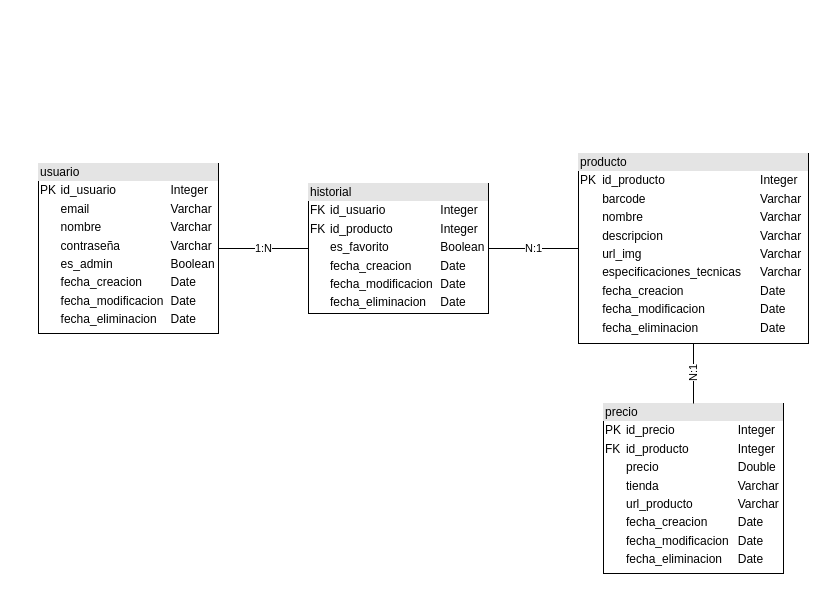
Before: codigo/BBDD/DiagramaClasesBBDD.drawio in Mario-Uceda/Easycom, a draw.io diagram. Source tidied: cells renumbered, new cells numbered last; positions are measured from the earlier drawing's top-left corner, leaving out a move shared by most shapes. Both pictures are drawn from the tidied source at 100%, with x=0, y=0 at pixel (38, 153).
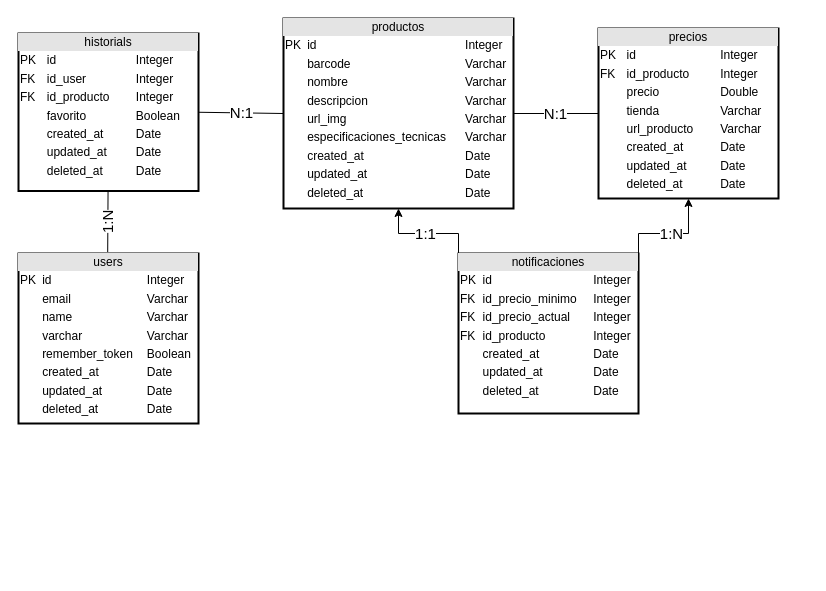
The same page after the edit.

Diff of the diagram source:
```diff
@@
 <mxGraphModel>
   <root>
     <mxCell id="0" />
     <mxCell id="1" parent="0" />
-    <mxCell id="2" value="1:N" style="edgeStyle=orthogonalEdgeStyle;rounded=0;jettySize=auto;html=1;strokeColor=default;endArrow=none;endFill=0;" parent="1" edge="1" source="3" target="8">
-      <mxGeometry relative="1" as="geometry" />
-    </mxCell>
-    <mxCell id="3" value="&lt;div style=&quot;box-sizing:border-box;width:100%;background:#e4e4e4;padding:2px;&quot;&gt;usuario&lt;/div&gt;&lt;table style=&quot;width:100%;font-size:1em;&quot; cellpadding=&quot;2&quot; cellspacing=&quot;0&quot;&gt;&lt;tbody&gt;&lt;tr&gt;&lt;td&gt;PK&lt;br&gt;&lt;/td&gt;&lt;td&gt;id_usuario&lt;/td&gt;&lt;td&gt;Integer&lt;/td&gt;&lt;/tr&gt;&lt;tr&gt;&lt;td&gt;&lt;br&gt;&lt;/td&gt;&lt;td&gt;email&lt;/td&gt;&lt;td&gt;Varchar&lt;/td&gt;&lt;/tr&gt;&lt;tr&gt;&lt;td&gt;&lt;br&gt;&lt;/td&gt;&lt;td&gt;nombre&lt;/td&gt;&lt;td&gt;Varchar&lt;br&gt;&lt;/td&gt;&lt;/tr&gt;&lt;tr&gt;&lt;td&gt;&lt;/td&gt;&lt;td&gt;contraseña&lt;/td&gt;&lt;td&gt;Varchar&lt;br&gt;&lt;/td&gt;&lt;/tr&gt;&lt;tr&gt;&lt;td&gt;&lt;br&gt;&lt;/td&gt;&lt;td&gt;es_admin&lt;/td&gt;&lt;td&gt;Boolean&lt;/td&gt;&lt;/tr&gt;&lt;tr&gt;&lt;td&gt;&lt;br&gt;&lt;/td&gt;&lt;td&gt;fecha_creacion&lt;/td&gt;&lt;td&gt;Date&lt;/td&gt;&lt;/tr&gt;&lt;tr&gt;&lt;td&gt;&lt;br&gt;&lt;/td&gt;&lt;td&gt;fecha_modificacion&lt;/td&gt;&lt;td&gt;Date&lt;/td&gt;&lt;/tr&gt;&lt;tr&gt;&lt;td&gt;&lt;br&gt;&lt;/td&gt;&lt;td&gt;fecha_eliminacion&lt;/td&gt;&lt;td&gt;Date&lt;/td&gt;&lt;/tr&gt;&lt;/tbody&gt;&lt;/table&gt;" style="verticalAlign=top;align=left;overflow=fill;html=1;" parent="1" vertex="1">
-      <mxGeometry y="10" width="180" height="170" as="geometry" />
+    <mxCell id="3" value="&lt;div style=&quot;text-align: center; box-sizing: border-box; width: 100%; background: rgb(228, 228, 228); padding: 2px;&quot;&gt;users&lt;/div&gt;&lt;table style=&quot;width:100%;font-size:1em;&quot; cellpadding=&quot;2&quot; cellspacing=&quot;0&quot;&gt;&lt;tbody&gt;&lt;tr&gt;&lt;td&gt;PK&lt;br&gt;&lt;/td&gt;&lt;td&gt;id&lt;/td&gt;&lt;td&gt;Integer&lt;/td&gt;&lt;/tr&gt;&lt;tr&gt;&lt;td&gt;&lt;br&gt;&lt;/td&gt;&lt;td&gt;email&lt;/td&gt;&lt;td&gt;Varchar&lt;/td&gt;&lt;/tr&gt;&lt;tr&gt;&lt;td&gt;&lt;br&gt;&lt;/td&gt;&lt;td&gt;name&lt;/td&gt;&lt;td&gt;Varchar&lt;br&gt;&lt;/td&gt;&lt;/tr&gt;&lt;tr&gt;&lt;td&gt;&lt;/td&gt;&lt;td&gt;varchar&lt;/td&gt;&lt;td&gt;Varchar&lt;br&gt;&lt;/td&gt;&lt;/tr&gt;&lt;tr&gt;&lt;td&gt;&lt;br&gt;&lt;/td&gt;&lt;td&gt;remember_token&lt;/td&gt;&lt;td&gt;Boolean&lt;/td&gt;&lt;/tr&gt;&lt;tr&gt;&lt;td&gt;&lt;br&gt;&lt;/td&gt;&lt;td&gt;created_at&lt;/td&gt;&lt;td&gt;Date&lt;/td&gt;&lt;/tr&gt;&lt;tr&gt;&lt;td&gt;&lt;br&gt;&lt;/td&gt;&lt;td&gt;updated_at&lt;/td&gt;&lt;td&gt;Date&lt;/td&gt;&lt;/tr&gt;&lt;tr&gt;&lt;td&gt;&lt;br&gt;&lt;/td&gt;&lt;td&gt;deleted_at&lt;/td&gt;&lt;td&gt;Date&lt;/td&gt;&lt;/tr&gt;&lt;/tbody&gt;&lt;/table&gt;" style="verticalAlign=top;align=left;overflow=fill;html=1;strokeColor=default;perimeterSpacing=10;strokeWidth=2;" parent="1" vertex="1">
+      <mxGeometry x="-20" y="100" width="180" height="170" as="geometry" />
     </mxCell>
+    <mxCell id="9" value="N:1" style="edgeStyle=none;rounded=0;jettySize=auto;html=1;entryX=1;entryY=0.5;entryDx=0;entryDy=0;fontSize=15;endArrow=none;endFill=0;" parent="1" edge="1" source="4" target="6">
+      <mxGeometry relative="1" as="geometry" />
+    </mxCell>
-    <mxCell id="4" value="&lt;div style=&quot;box-sizing:border-box;width:100%;background:#e4e4e4;padding:2px;&quot;&gt;precio&lt;/div&gt;&lt;table style=&quot;width:100%;font-size:1em;&quot; cellpadding=&quot;2&quot; cellspacing=&quot;0&quot;&gt;&lt;tbody&gt;&lt;tr&gt;&lt;td&gt;PK&lt;br&gt;&lt;/td&gt;&lt;td&gt;id_precio&lt;/td&gt;&lt;td&gt;Integer&lt;/td&gt;&lt;/tr&gt;&lt;tr&gt;&lt;td&gt;FK&lt;/td&gt;&lt;td&gt;id_producto&lt;/td&gt;&lt;td&gt;Integer&lt;/td&gt;&lt;/tr&gt;&lt;tr&gt;&lt;td&gt;&lt;/td&gt;&lt;td&gt;precio&lt;/td&gt;&lt;td&gt;Double&lt;br&gt;&lt;/td&gt;&lt;/tr&gt;&lt;tr&gt;&lt;td&gt;&lt;br&gt;&lt;/td&gt;&lt;td&gt;tienda&lt;/td&gt;&lt;td&gt;Varchar&lt;br&gt;&lt;/td&gt;&lt;/tr&gt;&lt;tr&gt;&lt;td&gt;&lt;br&gt;&lt;/td&gt;&lt;td&gt;url_producto&lt;/td&gt;&lt;td&gt;Varchar&lt;/td&gt;&lt;/tr&gt;&lt;tr&gt;&lt;td&gt;&lt;br&gt;&lt;/td&gt;&lt;td&gt;fecha_creacion&lt;br&gt;&lt;/td&gt;&lt;td&gt;Date&lt;/td&gt;&lt;/tr&gt;&lt;tr&gt;&lt;td&gt;&lt;br&gt;&lt;/td&gt;&lt;td&gt;fecha_modificacion&lt;br&gt;&lt;/td&gt;&lt;td&gt;Date&lt;/td&gt;&lt;/tr&gt;&lt;tr&gt;&lt;td&gt;&lt;br&gt;&lt;/td&gt;&lt;td&gt;fecha_eliminacion&lt;br&gt;&lt;/td&gt;&lt;td&gt;Date&lt;/td&gt;&lt;/tr&gt;&lt;/tbody&gt;&lt;/table&gt;" style="verticalAlign=top;align=left;overflow=fill;html=1;" parent="1" vertex="1">
-      <mxGeometry x="565" y="250" width="180" height="170" as="geometry" />
+    <mxCell id="4" value="&lt;div style=&quot;text-align: center; box-sizing: border-box; width: 100%; background: rgb(228, 228, 228); padding: 2px;&quot;&gt;precios&lt;/div&gt;&lt;table style=&quot;width:100%;font-size:1em;&quot; cellpadding=&quot;2&quot; cellspacing=&quot;0&quot;&gt;&lt;tbody&gt;&lt;tr&gt;&lt;td&gt;PK&lt;br&gt;&lt;/td&gt;&lt;td&gt;id&lt;/td&gt;&lt;td&gt;Integer&lt;/td&gt;&lt;/tr&gt;&lt;tr&gt;&lt;td&gt;FK&lt;/td&gt;&lt;td&gt;id_producto&lt;/td&gt;&lt;td&gt;Integer&lt;/td&gt;&lt;/tr&gt;&lt;tr&gt;&lt;td&gt;&lt;/td&gt;&lt;td&gt;precio&lt;/td&gt;&lt;td&gt;Double&lt;br&gt;&lt;/td&gt;&lt;/tr&gt;&lt;tr&gt;&lt;td&gt;&lt;br&gt;&lt;/td&gt;&lt;td&gt;tienda&lt;/td&gt;&lt;td&gt;Varchar&lt;br&gt;&lt;/td&gt;&lt;/tr&gt;&lt;tr&gt;&lt;td&gt;&lt;br&gt;&lt;/td&gt;&lt;td&gt;url_producto&lt;/td&gt;&lt;td&gt;Varchar&lt;/td&gt;&lt;/tr&gt;&lt;tr&gt;&lt;td&gt;&lt;br&gt;&lt;/td&gt;&lt;td&gt;created_at&lt;/td&gt;&lt;td&gt;Date&lt;/td&gt;&lt;/tr&gt;&lt;tr&gt;&lt;td&gt;&lt;br&gt;&lt;/td&gt;&lt;td&gt;updated_at&lt;/td&gt;&lt;td&gt;Date&lt;/td&gt;&lt;/tr&gt;&lt;tr&gt;&lt;td&gt;&lt;br&gt;&lt;/td&gt;&lt;td&gt;deleted_at&lt;br&gt;&lt;/td&gt;&lt;td&gt;Date&lt;/td&gt;&lt;/tr&gt;&lt;/tbody&gt;&lt;/table&gt;" style="verticalAlign=top;align=left;overflow=fill;html=1;strokeWidth=2;" parent="1" vertex="1">
+      <mxGeometry x="560" y="-125" width="180" height="170" as="geometry" />
     </mxCell>
-    <mxCell id="5" value="N:1" style="edgeStyle=orthogonalEdgeStyle;rounded=0;jettySize=auto;html=1;exitX=0.5;exitY=1;exitDx=0;exitDy=0;entryX=0.5;entryY=0;entryDx=0;entryDy=0;endArrow=none;endFill=0;horizontal=0;align=center;" parent="1" edge="1" source="6" target="4">
-      <mxGeometry relative="1" as="geometry" />
-    </mxCell>
-    <mxCell id="6" value="&lt;div style=&quot;box-sizing:border-box;width:100%;background:#e4e4e4;padding:2px;&quot;&gt;producto&lt;/div&gt;&lt;table style=&quot;width:100%;font-size:1em;&quot; cellpadding=&quot;2&quot; cellspacing=&quot;0&quot;&gt;&lt;tbody&gt;&lt;tr&gt;&lt;td&gt;PK&lt;br&gt;&lt;/td&gt;&lt;td&gt;id_producto&lt;/td&gt;&lt;td&gt;Integer&lt;/td&gt;&lt;/tr&gt;&lt;tr&gt;&lt;td&gt;&lt;br&gt;&lt;/td&gt;&lt;td&gt;barcode&lt;/td&gt;&lt;td&gt;Varchar&lt;/td&gt;&lt;/tr&gt;&lt;tr&gt;&lt;td&gt;&lt;br&gt;&lt;/td&gt;&lt;td&gt;nombre&lt;br&gt;&lt;/td&gt;&lt;td&gt;Varchar&lt;br&gt;&lt;/td&gt;&lt;/tr&gt;&lt;tr&gt;&lt;td&gt;&lt;/td&gt;&lt;td&gt;descripcion&lt;/td&gt;&lt;td&gt;Varchar&lt;br&gt;&lt;/td&gt;&lt;/tr&gt;&lt;tr&gt;&lt;td&gt;&lt;br&gt;&lt;/td&gt;&lt;td&gt;url_img&lt;/td&gt;&lt;td&gt;Varchar&lt;/td&gt;&lt;/tr&gt;&lt;tr&gt;&lt;td&gt;&lt;br&gt;&lt;/td&gt;&lt;td&gt;especificaciones_tecnicas&lt;/td&gt;&lt;td&gt;Varchar&lt;/td&gt;&lt;/tr&gt;&lt;tr&gt;&lt;td&gt;&lt;br&gt;&lt;/td&gt;&lt;td&gt;fecha_creacion&lt;br&gt;&lt;/td&gt;&lt;td&gt;Date&lt;/td&gt;&lt;/tr&gt;&lt;tr&gt;&lt;td&gt;&lt;br&gt;&lt;/td&gt;&lt;td&gt;fecha_modificacion&lt;br&gt;&lt;/td&gt;&lt;td&gt;Date&lt;br&gt;&lt;/td&gt;&lt;/tr&gt;&lt;tr&gt;&lt;td&gt;&lt;br&gt;&lt;/td&gt;&lt;td&gt;fecha_eliminacion&lt;br&gt;&lt;/td&gt;&lt;td&gt;Date&lt;br&gt;&lt;/td&gt;&lt;/tr&gt;&lt;/tbody&gt;&lt;/table&gt;" style="verticalAlign=top;align=left;overflow=fill;html=1;" parent="1" vertex="1">
-      <mxGeometry x="540" width="230" height="190" as="geometry" />
+    <mxCell id="6" value="&lt;div style=&quot;text-align: center; box-sizing: border-box; width: 100%; background: rgb(228, 228, 228); padding: 2px;&quot;&gt;productos&lt;/div&gt;&lt;table style=&quot;width:100%;font-size:1em;&quot; cellpadding=&quot;2&quot; cellspacing=&quot;0&quot;&gt;&lt;tbody&gt;&lt;tr&gt;&lt;td&gt;PK&lt;br&gt;&lt;/td&gt;&lt;td&gt;id&lt;/td&gt;&lt;td&gt;Integer&lt;/td&gt;&lt;/tr&gt;&lt;tr&gt;&lt;td&gt;&lt;br&gt;&lt;/td&gt;&lt;td&gt;barcode&lt;/td&gt;&lt;td&gt;Varchar&lt;/td&gt;&lt;/tr&gt;&lt;tr&gt;&lt;td&gt;&lt;br&gt;&lt;/td&gt;&lt;td&gt;nombre&lt;br&gt;&lt;/td&gt;&lt;td&gt;Varchar&lt;br&gt;&lt;/td&gt;&lt;/tr&gt;&lt;tr&gt;&lt;td&gt;&lt;/td&gt;&lt;td&gt;descripcion&lt;/td&gt;&lt;td&gt;Varchar&lt;br&gt;&lt;/td&gt;&lt;/tr&gt;&lt;tr&gt;&lt;td&gt;&lt;br&gt;&lt;/td&gt;&lt;td&gt;url_img&lt;/td&gt;&lt;td&gt;Varchar&lt;/td&gt;&lt;/tr&gt;&lt;tr&gt;&lt;td&gt;&lt;br&gt;&lt;/td&gt;&lt;td&gt;especificaciones_tecnicas&lt;/td&gt;&lt;td&gt;Varchar&lt;/td&gt;&lt;/tr&gt;&lt;tr&gt;&lt;td&gt;&lt;br&gt;&lt;/td&gt;&lt;td&gt;created_at&lt;/td&gt;&lt;td&gt;Date&lt;/td&gt;&lt;/tr&gt;&lt;tr&gt;&lt;td&gt;&lt;br&gt;&lt;/td&gt;&lt;td&gt;updated_at&lt;/td&gt;&lt;td&gt;Date&lt;br&gt;&lt;/td&gt;&lt;/tr&gt;&lt;tr&gt;&lt;td&gt;&lt;br&gt;&lt;/td&gt;&lt;td&gt;deleted_at&lt;br&gt;&lt;/td&gt;&lt;td&gt;Date&lt;br&gt;&lt;/td&gt;&lt;/tr&gt;&lt;/tbody&gt;&lt;/table&gt;" style="verticalAlign=top;align=left;overflow=fill;html=1;strokeWidth=2;" parent="1" vertex="1">
+      <mxGeometry x="245" y="-135" width="230" height="190" as="geometry" />
     </mxCell>
-    <mxCell id="7" value="N:1" style="edgeStyle=orthogonalEdgeStyle;rounded=0;jettySize=auto;html=1;entryX=0;entryY=0.5;entryDx=0;entryDy=0;endArrow=none;endFill=0;" parent="1" edge="1" source="8" target="6">
+    <mxCell id="7" value="N:1" style="edgeStyle=none;rounded=0;jettySize=auto;html=1;exitX=1;exitY=0.5;exitDx=0;exitDy=0;entryX=0;entryY=0.5;entryDx=0;entryDy=0;fontSize=15;endArrow=none;endFill=0;" parent="1" edge="1" source="8" target="6">
       <mxGeometry relative="1" as="geometry" />
     </mxCell>
+    <mxCell id="10" value="1:N" style="edgeStyle=none;rounded=0;jettySize=auto;html=1;entryX=0.496;entryY=0.045;entryDx=0;entryDy=0;entryPerimeter=0;fontSize=15;endArrow=none;endFill=0;labelPosition=center;verticalLabelPosition=middle;align=center;verticalAlign=middle;horizontal=0;" parent="1" edge="1" source="8" target="3">
+      <mxGeometry relative="1" as="geometry" />
+    </mxCell>
-    <mxCell id="8" value="&lt;div style=&quot;box-sizing:border-box;width:100%;background:#e4e4e4;padding:2px;&quot;&gt;historial&lt;/div&gt;&lt;table style=&quot;width:100%;font-size:1em;&quot; cellpadding=&quot;2&quot; cellspacing=&quot;0&quot;&gt;&lt;tbody&gt;&lt;tr&gt;&lt;td&gt;FK&lt;br&gt;&lt;/td&gt;&lt;td&gt;id_usuario&lt;/td&gt;&lt;td&gt;Integer&lt;/td&gt;&lt;/tr&gt;&lt;tr&gt;&lt;td&gt;FK&lt;/td&gt;&lt;td&gt;id_producto&lt;br&gt;&lt;/td&gt;&lt;td&gt;Integer&lt;br&gt;&lt;/td&gt;&lt;/tr&gt;&lt;tr&gt;&lt;td&gt;&lt;br&gt;&lt;/td&gt;&lt;td&gt;es_favorito&lt;/td&gt;&lt;td&gt;Boolean&lt;/td&gt;&lt;/tr&gt;&lt;tr&gt;&lt;td&gt;&lt;br&gt;&lt;/td&gt;&lt;td&gt;fecha_creacion&lt;/td&gt;&lt;td&gt;Date&lt;/td&gt;&lt;/tr&gt;&lt;tr&gt;&lt;td&gt;&lt;br&gt;&lt;/td&gt;&lt;td&gt;fecha_modificacion&lt;br&gt;&lt;/td&gt;&lt;td&gt;Date&lt;/td&gt;&lt;/tr&gt;&lt;tr&gt;&lt;td&gt;&lt;br&gt;&lt;/td&gt;&lt;td&gt;fecha_eliminacion&lt;br&gt;&lt;/td&gt;&lt;td&gt;Date&lt;br&gt;&lt;/td&gt;&lt;/tr&gt;&lt;/tbody&gt;&lt;/table&gt;" style="verticalAlign=top;align=left;overflow=fill;html=1;" parent="1" vertex="1">
-      <mxGeometry x="270" y="30" width="180" height="130" as="geometry" />
+    <mxCell id="8" value="&lt;div style=&quot;text-align: center; box-sizing: border-box; width: 100%; background: rgb(228, 228, 228); padding: 2px;&quot;&gt;historials&lt;/div&gt;&lt;table style=&quot;width: 100%; font-size: 1em;&quot; cellpadding=&quot;2&quot; cellspacing=&quot;0&quot;&gt;&lt;tbody&gt;&lt;tr&gt;&lt;td&gt;PK&lt;/td&gt;&lt;td&gt;id&lt;/td&gt;&lt;td&gt;Integer&lt;/td&gt;&lt;/tr&gt;&lt;tr&gt;&lt;td&gt;FK&lt;br&gt;&lt;/td&gt;&lt;td&gt;id_user&lt;/td&gt;&lt;td&gt;Integer&lt;/td&gt;&lt;/tr&gt;&lt;tr&gt;&lt;td&gt;FK&lt;/td&gt;&lt;td&gt;id_producto&lt;br&gt;&lt;/td&gt;&lt;td&gt;Integer&lt;br&gt;&lt;/td&gt;&lt;/tr&gt;&lt;tr&gt;&lt;td&gt;&lt;br&gt;&lt;/td&gt;&lt;td&gt;favorito&lt;/td&gt;&lt;td&gt;Boolean&lt;/td&gt;&lt;/tr&gt;&lt;tr&gt;&lt;td&gt;&lt;br&gt;&lt;/td&gt;&lt;td&gt;created_at&lt;/td&gt;&lt;td&gt;Date&lt;/td&gt;&lt;/tr&gt;&lt;tr&gt;&lt;td&gt;&lt;br&gt;&lt;/td&gt;&lt;td&gt;updated_at&lt;br&gt;&lt;/td&gt;&lt;td&gt;Date&lt;/td&gt;&lt;/tr&gt;&lt;tr&gt;&lt;td&gt;&lt;br&gt;&lt;/td&gt;&lt;td&gt;deleted_at&lt;br&gt;&lt;/td&gt;&lt;td&gt;Date&lt;/td&gt;&lt;/tr&gt;&lt;/tbody&gt;&lt;/table&gt;" style="verticalAlign=top;align=left;overflow=fill;html=1;strokeWidth=2;" parent="1" vertex="1">
+      <mxGeometry x="-20" y="-120" width="180" height="157.5" as="geometry" />
     </mxCell>
+    <mxCell id="11" value="1:1" style="edgeStyle=orthogonalEdgeStyle;rounded=0;jettySize=auto;html=1;fontSize=15;exitX=0;exitY=0;exitDx=0;exitDy=0;" parent="1" edge="1" source="13" target="6">
+      <mxGeometry relative="1" as="geometry">
+        <Array as="points">
+          <mxPoint x="420" y="80" />
+          <mxPoint x="360" y="80" />
+        </Array>
+      </mxGeometry>
+    </mxCell>
+    <mxCell id="12" value="1:N" style="edgeStyle=orthogonalEdgeStyle;rounded=0;jettySize=auto;html=1;fontSize=15;exitX=1;exitY=0;exitDx=0;exitDy=0;" parent="1" edge="1" source="13" target="4">
+      <mxGeometry relative="1" as="geometry">
+        <Array as="points">
+          <mxPoint x="600" y="80" />
+          <mxPoint x="650" y="80" />
+        </Array>
+      </mxGeometry>
+    </mxCell>
+    <mxCell id="13" value="&lt;div style=&quot;text-align: center; box-sizing: border-box; width: 100%; background: rgb(228, 228, 228); padding: 2px;&quot;&gt;notificaciones&lt;/div&gt;&lt;table style=&quot;width:100%;font-size:1em;&quot; cellpadding=&quot;2&quot; cellspacing=&quot;0&quot;&gt;&lt;tbody&gt;&lt;tr&gt;&lt;td&gt;PK&lt;/td&gt;&lt;td&gt;id&lt;/td&gt;&lt;td&gt;Integer&lt;/td&gt;&lt;/tr&gt;&lt;tr&gt;&lt;td&gt;FK&lt;br&gt;&lt;/td&gt;&lt;td&gt;id_precio_minimo&lt;/td&gt;&lt;td&gt;Integer&lt;/td&gt;&lt;/tr&gt;&lt;tr&gt;&lt;td&gt;FK&lt;/td&gt;&lt;td&gt;id_precio_actual&lt;br&gt;&lt;/td&gt;&lt;td&gt;Integer&lt;/td&gt;&lt;/tr&gt;&lt;tr&gt;&lt;td&gt;FK&lt;/td&gt;&lt;td&gt;id_producto&lt;br&gt;&lt;/td&gt;&lt;td&gt;Integer&lt;br&gt;&lt;/td&gt;&lt;/tr&gt;&lt;tr&gt;&lt;td&gt;&lt;br&gt;&lt;/td&gt;&lt;td&gt;created_at&lt;/td&gt;&lt;td&gt;Date&lt;/td&gt;&lt;/tr&gt;&lt;tr&gt;&lt;td&gt;&lt;br&gt;&lt;/td&gt;&lt;td&gt;updated_at&lt;br&gt;&lt;/td&gt;&lt;td&gt;Date&lt;/td&gt;&lt;/tr&gt;&lt;tr&gt;&lt;td&gt;&lt;br&gt;&lt;/td&gt;&lt;td&gt;deleted_at&lt;br&gt;&lt;/td&gt;&lt;td&gt;Date&lt;/td&gt;&lt;/tr&gt;&lt;tr&gt;&lt;td&gt;&lt;/td&gt;&lt;td&gt;&lt;/td&gt;&lt;td&gt;&lt;/td&gt;&lt;/tr&gt;&lt;/tbody&gt;&lt;/table&gt;" style="verticalAlign=top;align=left;overflow=fill;html=1;strokeWidth=2;" parent="1" vertex="1">
+      <mxGeometry x="420" y="100" width="180" height="160" as="geometry" />
+    </mxCell>
   </root>
 </mxGraphModel>
```
